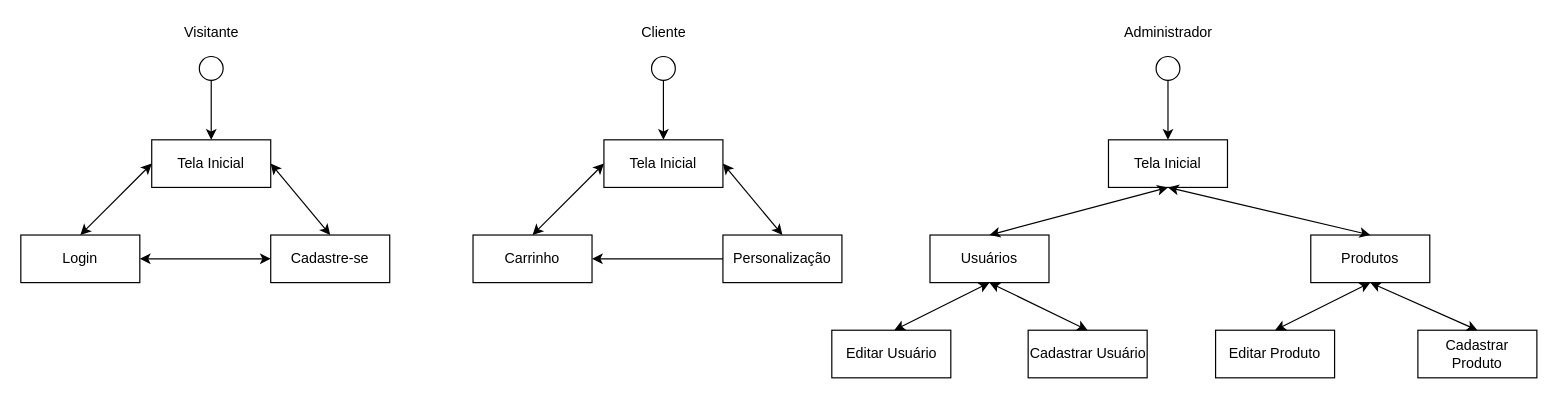
Above: img/documentacao/diagrama-de-navegacao.drawio in brunamagrinidacruz/doce-chamego-store (draw.io), before the change. Source tidied: cells renumbered, new cells numbered last; positions are measured from the earlier drawing's top-left corner, leaving out a move shared by most shapes. Both pictures are drawn from the tidied source at 119%, with x=0, y=0 at pixel (20, 20).
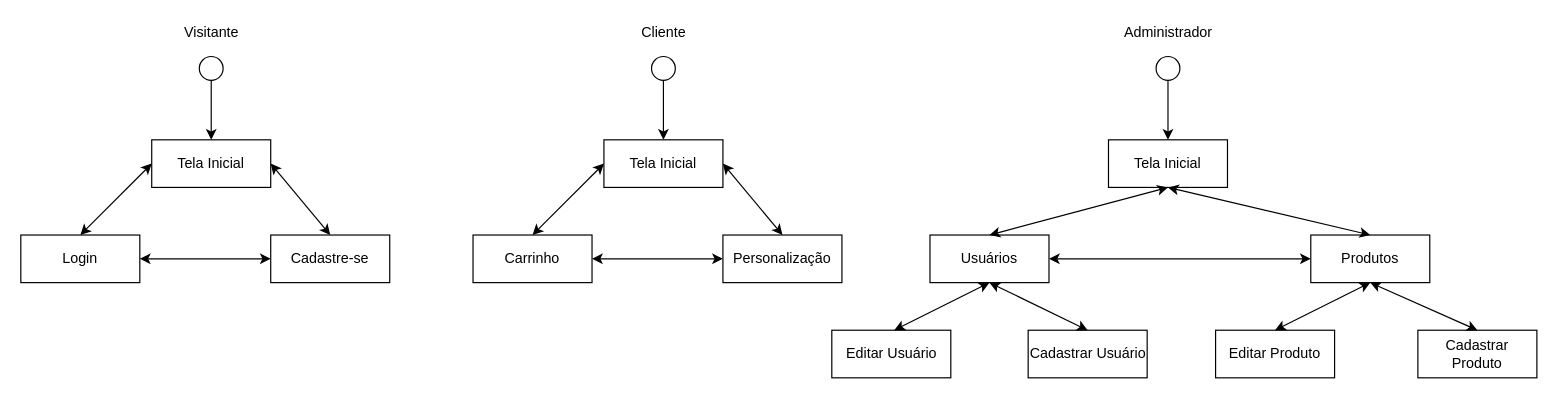
Above is the later version.

Unchanged cells that the change refers to:
```xml
<mxCell id="14" value="Carrinho" style="whiteSpace=wrap;html=1;align=center;" parent="1" vertex="1">
  <mxGeometry x="380" y="180" width="100" height="40" as="geometry" />
</mxCell>
<mxCell id="16" value="Personalização" style="whiteSpace=wrap;html=1;align=center;" parent="1" vertex="1">
  <mxGeometry x="590" y="180" width="100" height="40" as="geometry" />
</mxCell>
<mxCell id="23" value="Produtos" style="whiteSpace=wrap;html=1;align=center;" parent="1" vertex="1">
  <mxGeometry x="1084" y="180" width="100" height="40" as="geometry" />
</mxCell>
<mxCell id="30" value="Usuários" style="whiteSpace=wrap;html=1;align=center;" parent="1" vertex="1">
  <mxGeometry x="764" y="180" width="100" height="40" as="geometry" />
</mxCell>
```

Diff of the diagram source:
```diff
@@
-    <mxCell id="19" style="endArrow=classic;html=1;entryX=1;entryY=0.5;entryDx=0;entryDy=0;exitX=0;exitY=0.5;exitDx=0;exitDy=0;" parent="1" edge="1" source="16" target="14">
-      <mxGeometry relative="1" as="geometry" />
-    </mxCell>
@@
+    <mxCell id="36" style="endArrow=classic;startArrow=classic;html=1;exitX=1;exitY=0.5;exitDx=0;exitDy=0;entryX=0;entryY=0.5;entryDx=0;entryDy=0;" parent="1" edge="1" source="14" target="16">
+      <mxGeometry relative="1" as="geometry" />
+    </mxCell>
+    <mxCell id="37" style="endArrow=classic;startArrow=classic;html=1;exitX=0;exitY=0.5;exitDx=0;exitDy=0;entryX=1;entryY=0.5;entryDx=0;entryDy=0;" parent="1" edge="1" source="23" target="30">
+      <mxGeometry relative="1" as="geometry" />
+    </mxCell>
```
